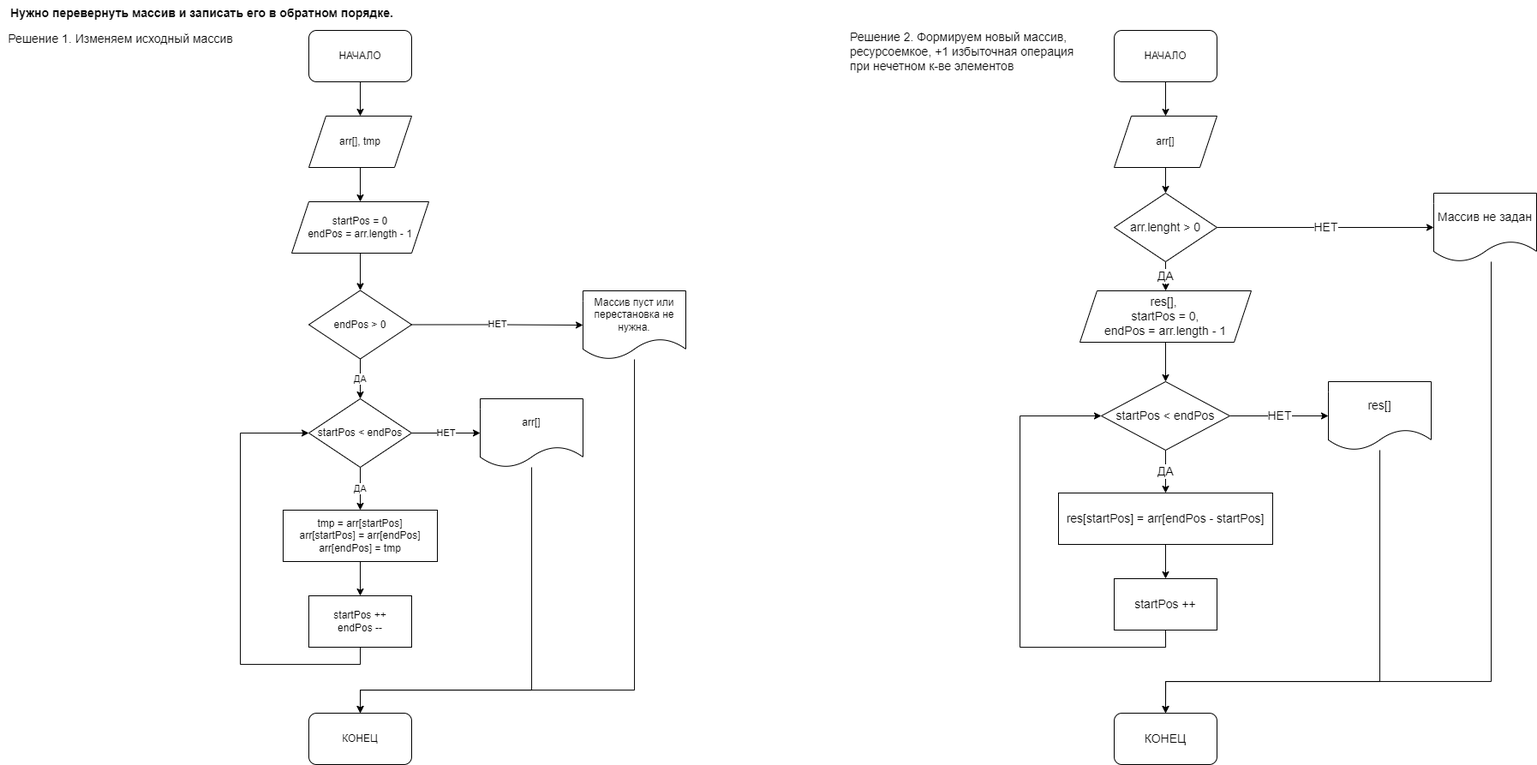
Above: Algorytm/Lesson_02/Task_02/Z2.task2.drawio.png in jokerjam-s/GeekBrainst (draw.io), before the change. Source tidied: cells renumbered, new cells last; positions are measured from the earlier drawing's top-left corner, leaving out a move shared by most shapes.
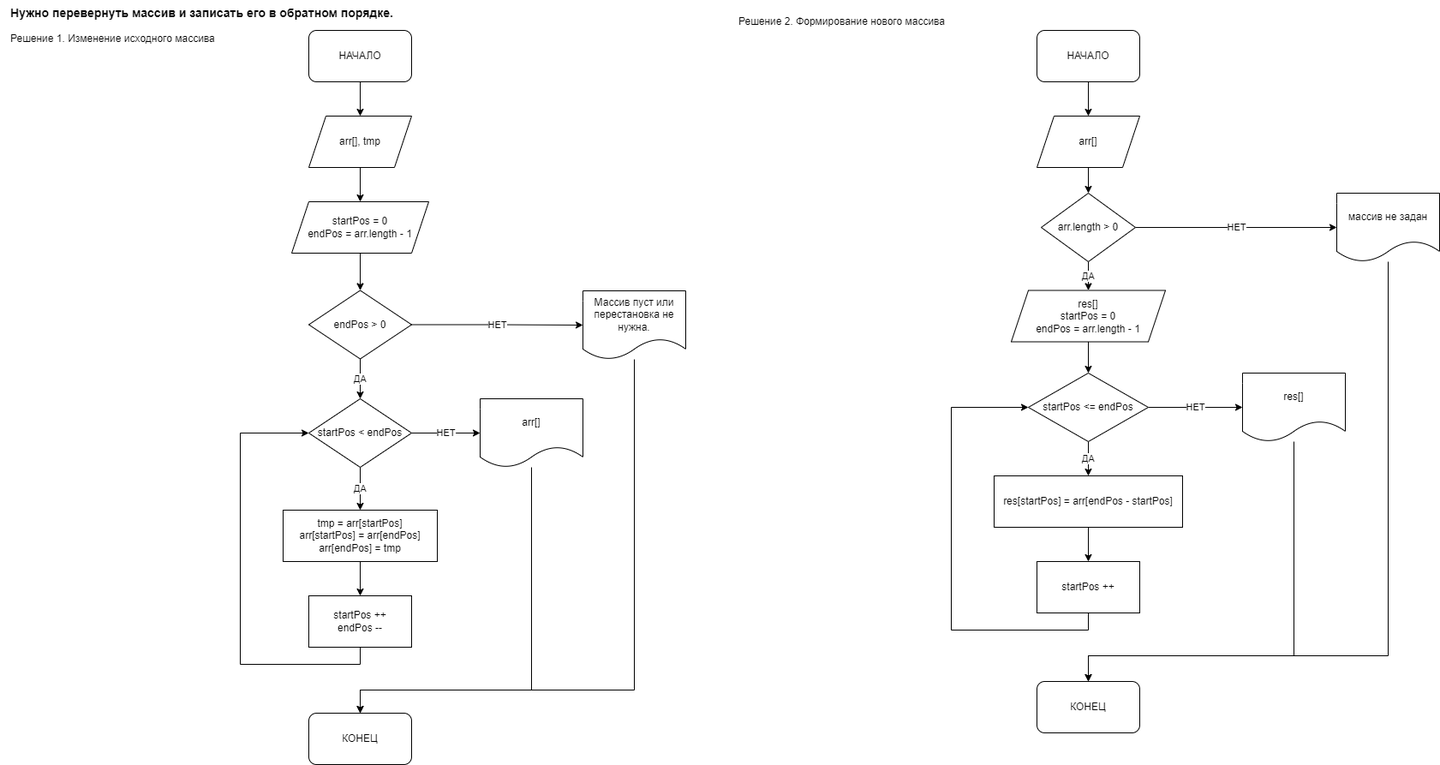
After the commit.

The edit, as a diff of the source:
```diff
@@ -1,4 +1,4 @@
-<mxGraphModel background="#ffffff">
+<mxGraphModel>
   <root>
     <mxCell id="0" />
     <mxCell id="1" parent="0" />
@@ -81,93 +81,93 @@
     <mxCell id="22" value="КОНЕЦ" style="rounded=1;whiteSpace=wrap;html=1;" parent="1" vertex="1">
       <mxGeometry x="360" y="832" width="120" height="60" as="geometry" />
     </mxCell>
+    <mxCell id="47" value="Решение 1. Изменение исходного массива" style="text;html=1;align=left;verticalAlign=middle;fillColor=none;strokeColor=none;rounded=0;" parent="1" vertex="1">
+      <mxGeometry x="10" y="35" width="250" height="20" as="geometry" />
+    </mxCell>
     <mxCell id="23" value="&lt;span style=&quot;background-color: rgb(255, 255, 255); font-size: 14px;&quot;&gt;Нужно перевернуть массив и записать его в обратном порядке.&lt;/span&gt;" style="text;html=1;align=center;verticalAlign=middle;strokeColor=none;fillColor=none;sketch=0;fontStyle=1;spacing=4;fontSize=14;" parent="1" vertex="1">
       <mxGeometry width="470" height="30" as="geometry" />
     </mxCell>
-    <mxCell id="24" value="Решение 1. Изменяем исходный массив" style="text;html=1;align=center;verticalAlign=middle;fillColor=none;strokeColor=none;rounded=0;labelBackgroundColor=#FFFFFF;sketch=0;fontSize=14;fontColor=#000000;" parent="1" vertex="1">
-      <mxGeometry y="35" width="280" height="20" as="geometry" />
-    </mxCell>
-    <mxCell id="25" value="Решение 2. Формируем&amp;nbsp;новый массив,&lt;br&gt;&lt;div&gt;ресурсоемкое, +1 избыточная операция &lt;br&gt;при нечетном к-ве элементов&lt;/div&gt;" style="text;html=1;align=left;verticalAlign=middle;fillColor=none;strokeColor=none;rounded=0;labelBackgroundColor=#FFFFFF;sketch=0;fontSize=14;fontColor=#000000;" parent="1" vertex="1">
-      <mxGeometry x="990" y="30" width="280" height="60" as="geometry" />
-    </mxCell>
+    <mxCell id="48" value="Решение 2. Формирование нового массива&lt;br&gt;" style="text;html=1;align=left;verticalAlign=middle;fillColor=none;strokeColor=none;rounded=0;" parent="1" vertex="1">
+      <mxGeometry x="860" y="15" width="260" height="20" as="geometry" />
+    </mxCell>
-    <mxCell id="26" style="edgeStyle=orthogonalEdgeStyle;rounded=0;jettySize=auto;html=1;exitX=0.5;exitY=1;exitDx=0;exitDy=0;fontSize=14;fontColor=#000000;" parent="1" edge="1" source="27" target="29">
+    <mxCell id="26" style="edgeStyle=orthogonalEdgeStyle;rounded=0;jettySize=auto;html=1;exitX=0.5;exitY=1;exitDx=0;exitDy=0;" parent="1" edge="1" source="27" target="29">
       <mxGeometry relative="1" as="geometry" />
     </mxCell>
     <mxCell id="27" value="НАЧАЛО" style="rounded=1;whiteSpace=wrap;html=1;" parent="1" vertex="1">
-      <mxGeometry x="1300" y="35" width="120" height="60" as="geometry" />
+      <mxGeometry x="1210" y="35" width="120" height="60" as="geometry" />
     </mxCell>
-    <mxCell id="28" style="edgeStyle=orthogonalEdgeStyle;rounded=0;jettySize=auto;html=1;exitX=0.5;exitY=1;exitDx=0;exitDy=0;entryX=0.5;entryY=0;entryDx=0;entryDy=0;fontSize=14;fontColor=#000000;" parent="1" edge="1" source="29" target="32">
-      <mxGeometry relative="1" as="geometry" />
-    </mxCell>
+    <mxCell id="49" style="edgeStyle=orthogonalEdgeStyle;rounded=0;jettySize=auto;html=1;exitX=0.5;exitY=1;exitDx=0;exitDy=0;entryX=0.5;entryY=0;entryDx=0;entryDy=0;" parent="1" edge="1" source="29" target="52">
+      <mxGeometry relative="1" as="geometry" />
+    </mxCell>
     <mxCell id="29" value="arr[]" style="shape=parallelogram;perimeter=parallelogramPerimeter;whiteSpace=wrap;html=1;fixedSize=1;" parent="1" vertex="1">
-      <mxGeometry x="1300" y="135" width="120" height="60" as="geometry" />
+      <mxGeometry x="1210" y="135" width="120" height="60" as="geometry" />
     </mxCell>
-    <mxCell id="30" value="НЕТ" style="edgeStyle=orthogonalEdgeStyle;rounded=0;jettySize=auto;html=1;exitX=1;exitY=0.5;exitDx=0;exitDy=0;entryX=0;entryY=0.5;entryDx=0;entryDy=0;fontSize=14;fontColor=#000000;" parent="1" edge="1" source="32" target="34">
-      <mxGeometry relative="1" as="geometry" />
-    </mxCell>
-    <mxCell id="31" value="ДА" style="edgeStyle=orthogonalEdgeStyle;rounded=0;jettySize=auto;html=1;exitX=0.5;exitY=1;exitDx=0;exitDy=0;fontSize=14;fontColor=#000000;" parent="1" edge="1" source="32" target="36">
-      <mxGeometry relative="1" as="geometry" />
-    </mxCell>
-    <mxCell id="32" value="arr.lenght &amp;gt; 0" style="rhombus;whiteSpace=wrap;html=1;labelBackgroundColor=#FFFFFF;sketch=0;fontSize=14;fontColor=#000000;" parent="1" vertex="1">
-      <mxGeometry x="1300" y="225" width="120" height="80" as="geometry" />
-    </mxCell>
-    <mxCell id="33" style="edgeStyle=orthogonalEdgeStyle;rounded=0;jettySize=auto;html=1;entryX=0.5;entryY=0;entryDx=0;entryDy=0;fontSize=14;fontColor=#000000;" parent="1" edge="1" source="34" target="46">
-      <mxGeometry relative="1" as="geometry">
-        <Array as="points">
-          <mxPoint x="1740" y="795" />
-          <mxPoint x="1360" y="795" />
-        </Array>
-      </mxGeometry>
-    </mxCell>
-    <mxCell id="34" value="Массив не задан" style="shape=document;whiteSpace=wrap;html=1;boundedLbl=1;labelBackgroundColor=#FFFFFF;sketch=0;fontSize=14;fontColor=#000000;" parent="1" vertex="1">
-      <mxGeometry x="1673" y="225" width="120" height="80" as="geometry" />
-    </mxCell>
-    <mxCell id="35" style="edgeStyle=orthogonalEdgeStyle;rounded=0;jettySize=auto;html=1;exitX=0.5;exitY=1;exitDx=0;exitDy=0;entryX=0.5;entryY=0;entryDx=0;entryDy=0;fontSize=14;fontColor=#000000;" parent="1" edge="1" source="36" target="39">
-      <mxGeometry relative="1" as="geometry" />
-    </mxCell>
-    <mxCell id="36" value="res[],&amp;nbsp;&lt;br&gt;startPos = 0,&lt;br&gt;endPos = arr.length - 1" style="shape=parallelogram;perimeter=parallelogramPerimeter;whiteSpace=wrap;html=1;fixedSize=1;labelBackgroundColor=#FFFFFF;sketch=0;fontSize=14;fontColor=#000000;" parent="1" vertex="1">
-      <mxGeometry x="1260" y="339" width="200" height="60" as="geometry" />
-    </mxCell>
-    <mxCell id="37" value="ДА" style="edgeStyle=orthogonalEdgeStyle;rounded=0;jettySize=auto;html=1;exitX=0.5;exitY=1;exitDx=0;exitDy=0;entryX=0.5;entryY=0;entryDx=0;entryDy=0;fontSize=14;fontColor=#000000;" parent="1" edge="1" source="39" target="41">
-      <mxGeometry relative="1" as="geometry" />
-    </mxCell>
-    <mxCell id="38" value="НЕТ" style="edgeStyle=orthogonalEdgeStyle;rounded=0;jettySize=auto;html=1;exitX=1;exitY=0.5;exitDx=0;exitDy=0;fontSize=14;fontColor=#000000;" parent="1" edge="1" source="39" target="45">
-      <mxGeometry relative="1" as="geometry" />
-    </mxCell>
-    <mxCell id="39" value="startPos &amp;lt; endPos" style="rhombus;whiteSpace=wrap;html=1;labelBackgroundColor=#FFFFFF;sketch=0;fontSize=14;fontColor=#000000;" parent="1" vertex="1">
-      <mxGeometry x="1285" y="445" width="150" height="80" as="geometry" />
-    </mxCell>
+    <mxCell id="50" value="НЕТ" style="edgeStyle=orthogonalEdgeStyle;rounded=0;jettySize=auto;html=1;exitX=1;exitY=0.5;exitDx=0;exitDy=0;" parent="1" edge="1" source="52" target="54">
+      <mxGeometry relative="1" as="geometry" />
+    </mxCell>
+    <mxCell id="51" value="ДА" style="edgeStyle=orthogonalEdgeStyle;rounded=0;jettySize=auto;html=1;exitX=0.5;exitY=1;exitDx=0;exitDy=0;entryX=0.5;entryY=0;entryDx=0;entryDy=0;" parent="1" edge="1" source="52" target="56">
+      <mxGeometry relative="1" as="geometry" />
+    </mxCell>
+    <mxCell id="52" value="arr.length &amp;gt; 0" style="rhombus;whiteSpace=wrap;html=1;" parent="1" vertex="1">
+      <mxGeometry x="1215" y="225" width="110" height="80" as="geometry" />
+    </mxCell>
+    <mxCell id="53" style="edgeStyle=orthogonalEdgeStyle;rounded=0;jettySize=auto;html=1;entryX=0.5;entryY=0;entryDx=0;entryDy=0;" parent="1" edge="1" source="54" target="46">
+      <mxGeometry relative="1" as="geometry">
+        <Array as="points">
+          <mxPoint x="1620" y="765" />
+          <mxPoint x="1270" y="765" />
+        </Array>
+      </mxGeometry>
+    </mxCell>
+    <mxCell id="54" value="массив не задан" style="shape=document;whiteSpace=wrap;html=1;boundedLbl=1;" parent="1" vertex="1">
+      <mxGeometry x="1560" y="225" width="120" height="80" as="geometry" />
+    </mxCell>
+    <mxCell id="55" style="edgeStyle=orthogonalEdgeStyle;rounded=0;jettySize=auto;html=1;exitX=0.5;exitY=1;exitDx=0;exitDy=0;entryX=0.5;entryY=0;entryDx=0;entryDy=0;" parent="1" edge="1" source="56" target="59">
+      <mxGeometry relative="1" as="geometry" />
+    </mxCell>
+    <mxCell id="56" value="res[]&lt;br&gt;startPos = 0&lt;br&gt;endPos = arr.length - 1" style="shape=parallelogram;perimeter=parallelogramPerimeter;whiteSpace=wrap;html=1;fixedSize=1;" parent="1" vertex="1">
+      <mxGeometry x="1180" y="338.5" width="180" height="60" as="geometry" />
+    </mxCell>
+    <mxCell id="57" value="ДА" style="edgeStyle=orthogonalEdgeStyle;rounded=0;jettySize=auto;html=1;exitX=0.5;exitY=1;exitDx=0;exitDy=0;entryX=0.5;entryY=0;entryDx=0;entryDy=0;" parent="1" edge="1" source="59" target="41">
+      <mxGeometry relative="1" as="geometry" />
+    </mxCell>
+    <mxCell id="58" value="НЕТ" style="edgeStyle=orthogonalEdgeStyle;rounded=0;jettySize=auto;html=1;exitX=1;exitY=0.5;exitDx=0;exitDy=0;entryX=0;entryY=0.5;entryDx=0;entryDy=0;" parent="1" edge="1" source="59" target="45">
+      <mxGeometry relative="1" as="geometry" />
+    </mxCell>
+    <mxCell id="59" value="startPos &amp;lt;= endPos" style="rhombus;whiteSpace=wrap;html=1;" parent="1" vertex="1">
+      <mxGeometry x="1200" y="435" width="140" height="80" as="geometry" />
+    </mxCell>
-    <mxCell id="40" style="edgeStyle=orthogonalEdgeStyle;rounded=0;jettySize=auto;html=1;exitX=0.5;exitY=1;exitDx=0;exitDy=0;entryX=0.5;entryY=0;entryDx=0;entryDy=0;fontSize=14;fontColor=#000000;" parent="1" edge="1" source="41" target="43">
+    <mxCell id="40" style="edgeStyle=orthogonalEdgeStyle;rounded=0;jettySize=auto;html=1;exitX=0.5;exitY=1;exitDx=0;exitDy=0;" parent="1" edge="1" source="41" target="43">
       <mxGeometry relative="1" as="geometry" />
     </mxCell>
-    <mxCell id="41" value="res[startPos] = arr[endPos - startPos]" style="rounded=0;whiteSpace=wrap;html=1;labelBackgroundColor=#FFFFFF;sketch=0;fontSize=14;fontColor=#000000;" parent="1" vertex="1">
-      <mxGeometry x="1235" y="575" width="250" height="60" as="geometry" />
+    <mxCell id="41" value="res[startPos] = arr[endPos - startPos]" style="rounded=0;whiteSpace=wrap;html=1;" parent="1" vertex="1">
+      <mxGeometry x="1160" y="555" width="220" height="60" as="geometry" />
     </mxCell>
-    <mxCell id="42" style="edgeStyle=orthogonalEdgeStyle;rounded=0;jettySize=auto;html=1;exitX=0.5;exitY=1;exitDx=0;exitDy=0;entryX=0;entryY=0.5;entryDx=0;entryDy=0;fontSize=14;fontColor=#000000;" parent="1" edge="1" source="43" target="39">
-      <mxGeometry relative="1" as="geometry">
-        <Array as="points">
-          <mxPoint x="1360" y="755" />
-          <mxPoint x="1190" y="755" />
-          <mxPoint x="1190" y="485" />
-        </Array>
-      </mxGeometry>
-    </mxCell>
+    <mxCell id="60" style="edgeStyle=orthogonalEdgeStyle;rounded=0;jettySize=auto;html=1;exitX=0.5;exitY=1;exitDx=0;exitDy=0;entryX=0;entryY=0.5;entryDx=0;entryDy=0;" parent="1" edge="1" source="43" target="59">
+      <mxGeometry relative="1" as="geometry">
+        <Array as="points">
+          <mxPoint x="1270" y="735" />
+          <mxPoint x="1110" y="735" />
+          <mxPoint x="1110" y="475" />
+        </Array>
+      </mxGeometry>
+    </mxCell>
-    <mxCell id="43" value="startPos ++" style="rounded=0;whiteSpace=wrap;html=1;labelBackgroundColor=#FFFFFF;sketch=0;fontSize=14;fontColor=#000000;" parent="1" vertex="1">
-      <mxGeometry x="1300" y="675" width="120" height="60" as="geometry" />
+    <mxCell id="43" value="startPos ++" style="rounded=0;whiteSpace=wrap;html=1;" parent="1" vertex="1">
+      <mxGeometry x="1210" y="655" width="120" height="60" as="geometry" />
     </mxCell>
-    <mxCell id="44" style="edgeStyle=orthogonalEdgeStyle;rounded=0;jettySize=auto;html=1;entryX=0.5;entryY=0;entryDx=0;entryDy=0;fontSize=14;fontColor=#000000;" parent="1" edge="1" source="45" target="46">
+    <mxCell id="44" style="edgeStyle=orthogonalEdgeStyle;rounded=0;jettySize=auto;html=1;entryX=0.5;entryY=0;entryDx=0;entryDy=0;" parent="1" edge="1" source="45" target="46">
       <mxGeometry relative="1" as="geometry">
         <Array as="points">
-          <mxPoint x="1610" y="795" />
-          <mxPoint x="1360" y="795" />
+          <mxPoint x="1510" y="765" />
+          <mxPoint x="1270" y="765" />
         </Array>
       </mxGeometry>
     </mxCell>
-    <mxCell id="45" value="res[]" style="shape=document;whiteSpace=wrap;html=1;boundedLbl=1;labelBackgroundColor=#FFFFFF;sketch=0;fontSize=14;fontColor=#000000;" parent="1" vertex="1">
-      <mxGeometry x="1550" y="445" width="120" height="80" as="geometry" />
+    <mxCell id="45" value="res[]" style="shape=document;whiteSpace=wrap;html=1;boundedLbl=1;" parent="1" vertex="1">
+      <mxGeometry x="1450" y="435" width="120" height="80" as="geometry" />
     </mxCell>
-    <mxCell id="46" value="КОНЕЦ" style="rounded=1;whiteSpace=wrap;html=1;labelBackgroundColor=#FFFFFF;sketch=0;fontSize=14;fontColor=#000000;" parent="1" vertex="1">
-      <mxGeometry x="1300" y="832" width="120" height="60" as="geometry" />
+    <mxCell id="46" value="КОНЕЦ" style="rounded=1;whiteSpace=wrap;html=1;" parent="1" vertex="1">
+      <mxGeometry x="1210" y="795" width="120" height="60" as="geometry" />
     </mxCell>
   </root>
 </mxGraphModel>
```
